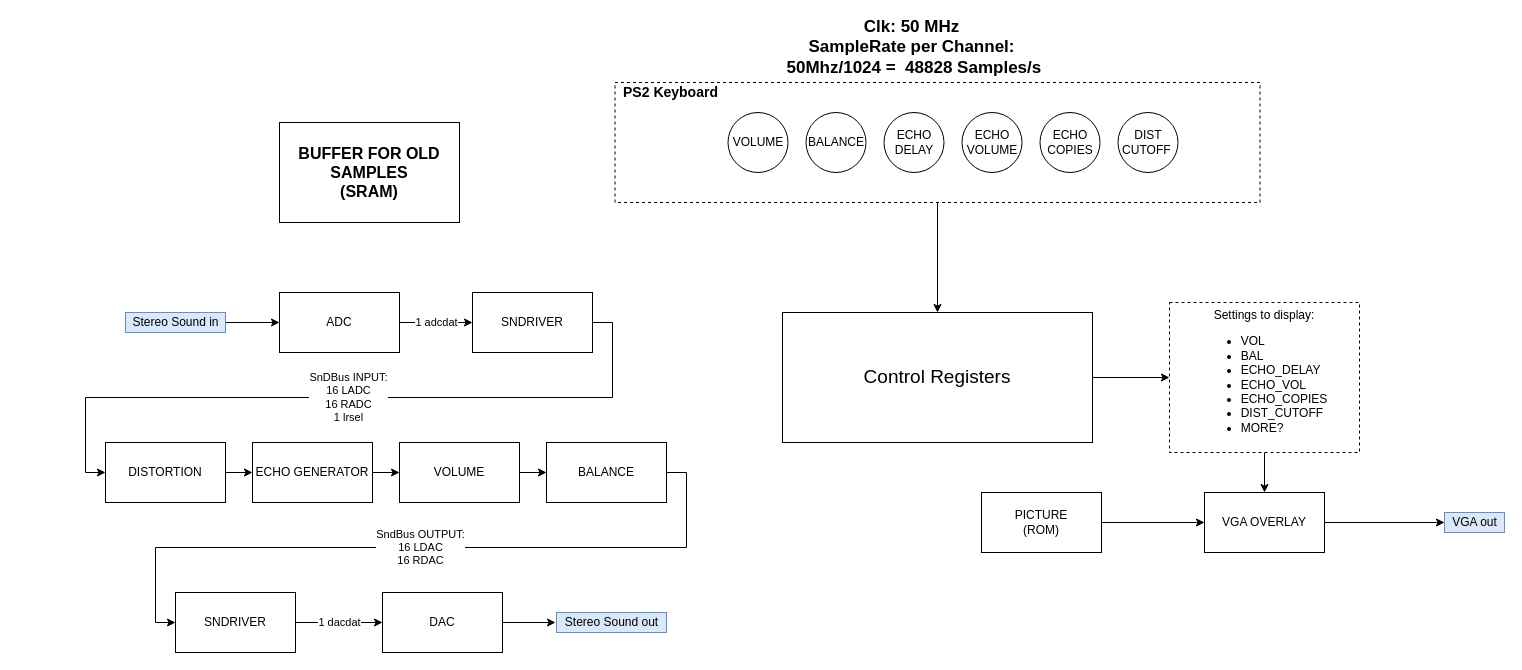
Earlier version of the draw.io diagram Documentation/blockdiagram.drawio (JoeyStrandnes/TSIU03-VHDL-Gang). Source tidied: cells renumbered, new cells numbered last; positions are measured from the earlier drawing's top-left corner, leaving out a move shared by most shapes. Both pictures are drawn from the tidied source at 100%, with x=0, y=0 at pixel (105, 22).
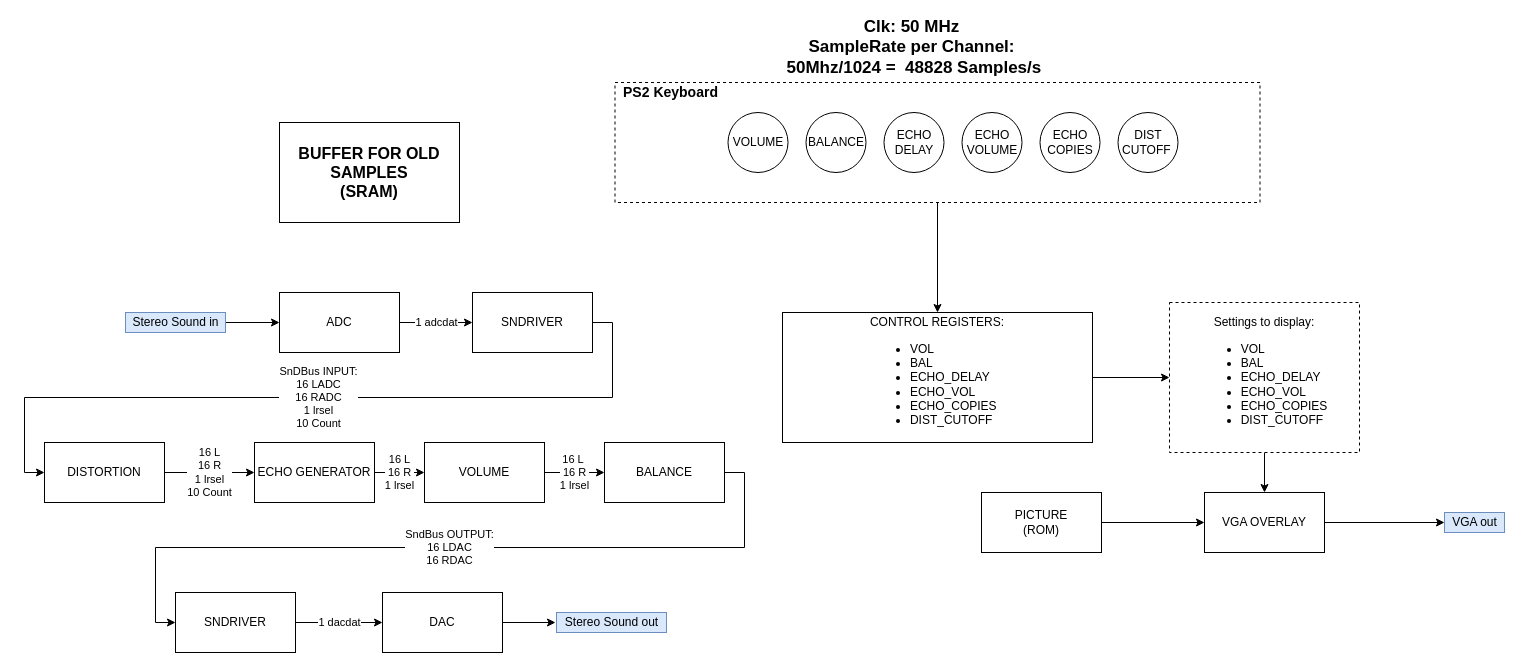
The same page after the edit.

Commit message (it also covers changes not shown here):
Uppdaterat Blockdiagram och SFG

The change refers to these unchanged cells:
```xml
<mxCell id="21" value="SNDRIVER" style="rounded=0;whiteSpace=wrap;html=1;" parent="1" vertex="1">
  <mxGeometry x="367" y="270" width="120" height="60" as="geometry" />
</mxCell>
```

What changed in the source:
```diff
@@
-    <mxCell id="11" style="edgeStyle=orthogonalEdgeStyle;rounded=0;jettySize=auto;html=1;exitX=1;exitY=0.5;exitDx=0;exitDy=0;entryX=0;entryY=0.5;entryDx=0;entryDy=0;" parent="1" edge="1" source="12" target="25">
+    <mxCell id="11" value="16 L&lt;br&gt;16 R&lt;br&gt;1 lrsel" style="edgeStyle=orthogonalEdgeStyle;rounded=0;jettySize=auto;html=1;exitX=1;exitY=0.5;exitDx=0;exitDy=0;entryX=0;entryY=0.5;entryDx=0;entryDy=0;" parent="1" edge="1" source="12" target="25">
       <mxGeometry relative="1" as="geometry" />
     </mxCell>
     <mxCell id="12" value="ECHO GENERATOR" style="rounded=0;whiteSpace=wrap;html=1;" parent="1" vertex="1">
-      <mxGeometry x="147" y="420" width="120" height="60" as="geometry" />
+      <mxGeometry x="149" y="420" width="120" height="60" as="geometry" />
     </mxCell>
-    <mxCell id="13" style="edgeStyle=orthogonalEdgeStyle;rounded=0;jettySize=auto;html=1;exitX=1;exitY=0.5;exitDx=0;exitDy=0;entryX=0;entryY=0.5;entryDx=0;entryDy=0;" parent="1" edge="1" source="14" target="12">
+    <mxCell id="13" value="16 L&lt;br&gt;16 R&lt;br&gt;1 lrsel&lt;br&gt;10 Count" style="edgeStyle=orthogonalEdgeStyle;rounded=0;jettySize=auto;html=1;exitX=1;exitY=0.5;exitDx=0;exitDy=0;entryX=0;entryY=0.5;entryDx=0;entryDy=0;" parent="1" edge="1" source="14" target="12">
       <mxGeometry relative="1" as="geometry" />
     </mxCell>
     <mxCell id="14" value="DISTORTION" style="rounded=0;whiteSpace=wrap;html=1;" parent="1" vertex="1">
-      <mxGeometry y="420" width="120" height="60" as="geometry" />
+      <mxGeometry x="-61" y="420" width="120" height="60" as="geometry" />
     </mxCell>
@@
-    <mxCell id="16" value="Settings to display:&lt;br&gt;&lt;div style=&quot;text-align: left&quot;&gt;&lt;ul&gt;&lt;li&gt;&lt;span&gt;VOL&lt;/span&gt;&lt;/li&gt;&lt;li&gt;&lt;span&gt;BAL&lt;/span&gt;&lt;/li&gt;&lt;li&gt;&lt;span&gt;ECHO_DELAY&lt;/span&gt;&lt;/li&gt;&lt;li&gt;&lt;span&gt;ECHO_VOL&lt;/span&gt;&lt;/li&gt;&lt;li&gt;&lt;span&gt;ECHO_COPIES&lt;/span&gt;&lt;/li&gt;&lt;li&gt;&lt;span&gt;DIST_CUTOFF&lt;/span&gt;&lt;/li&gt;&lt;li&gt;&lt;span&gt;MORE?&lt;/span&gt;&lt;/li&gt;&lt;/ul&gt;&lt;/div&gt;" style="whiteSpace=wrap;html=1;dashed=1;labelPosition=center;verticalLabelPosition=middle;align=center;verticalAlign=middle;" parent="1" vertex="1">
+    <mxCell id="16" value="Settings to display:&lt;br&gt;&lt;div style=&quot;text-align: left&quot;&gt;&lt;ul&gt;&lt;li&gt;&lt;span&gt;VOL&lt;/span&gt;&lt;/li&gt;&lt;li&gt;&lt;span&gt;BAL&lt;/span&gt;&lt;/li&gt;&lt;li&gt;&lt;span&gt;ECHO_DELAY&lt;/span&gt;&lt;/li&gt;&lt;li&gt;&lt;span&gt;ECHO_VOL&lt;/span&gt;&lt;/li&gt;&lt;li&gt;&lt;span&gt;ECHO_COPIES&lt;/span&gt;&lt;/li&gt;&lt;li&gt;&lt;span&gt;DIST_CUTOFF&lt;/span&gt;&lt;/li&gt;&lt;/ul&gt;&lt;/div&gt;" style="whiteSpace=wrap;html=1;dashed=1;labelPosition=center;verticalLabelPosition=middle;align=center;verticalAlign=middle;" parent="1" vertex="1">
       <mxGeometry x="1064" y="280" width="190" height="150" as="geometry" />
     </mxCell>
@@
-    <mxCell id="20" value="SnDBus INPUT:&lt;br&gt;16 LADC&lt;br&gt;16 RADC&lt;br&gt;1 lrsel" style="edgeStyle=orthogonalEdgeStyle;rounded=0;jettySize=auto;html=1;exitX=1;exitY=0.5;exitDx=0;exitDy=0;entryX=0;entryY=0.5;entryDx=0;entryDy=0;" parent="1" edge="1" source="21" target="14">
+    <mxCell id="20" value="SnDBus INPUT:&lt;br&gt;16 LADC&lt;br&gt;16 RADC&lt;br&gt;1 lrsel&lt;br&gt;10 Count" style="edgeStyle=orthogonalEdgeStyle;rounded=0;jettySize=auto;html=1;exitX=1;exitY=0.5;exitDx=0;exitDy=0;entryX=0;entryY=0.5;entryDx=0;entryDy=0;" parent="1" edge="1" source="21" target="14">
       <mxGeometry relative="1" as="geometry" />
     </mxCell>
@@
-    <mxCell id="24" style="edgeStyle=orthogonalEdgeStyle;rounded=0;jettySize=auto;html=1;exitX=1;exitY=0.5;exitDx=0;exitDy=0;entryX=0;entryY=0.5;entryDx=0;entryDy=0;" parent="1" edge="1" source="25" target="27">
+    <mxCell id="24" value="16 L&amp;nbsp;&lt;br&gt;16 R&lt;br&gt;1 lrsel" style="edgeStyle=orthogonalEdgeStyle;rounded=0;jettySize=auto;html=1;exitX=1;exitY=0.5;exitDx=0;exitDy=0;entryX=0;entryY=0.5;entryDx=0;entryDy=0;" parent="1" edge="1" source="25" target="27">
       <mxGeometry relative="1" as="geometry" />
     </mxCell>
     <mxCell id="25" value="VOLUME" style="rounded=0;whiteSpace=wrap;html=1;" parent="1" vertex="1">
-      <mxGeometry x="294" y="420" width="120" height="60" as="geometry" />
+      <mxGeometry x="319" y="420" width="120" height="60" as="geometry" />
     </mxCell>
@@
     <mxCell id="27" value="BALANCE" style="rounded=0;whiteSpace=wrap;html=1;" parent="1" vertex="1">
-      <mxGeometry x="441" y="420" width="120" height="60" as="geometry" />
+      <mxGeometry x="499" y="420" width="120" height="60" as="geometry" />
     </mxCell>
@@
-    <mxCell id="30" value="&lt;font style=&quot;font-size: 19px&quot;&gt;Control Registers&lt;/font&gt;" style="rounded=0;whiteSpace=wrap;html=1;" parent="1" vertex="1">
+    <mxCell id="30" value="CONTROL REGISTERS:&lt;br&gt;&lt;div style=&quot;text-align: left&quot;&gt;&lt;ul&gt;&lt;li&gt;VOL&lt;/li&gt;&lt;li&gt;BAL&lt;/li&gt;&lt;li&gt;ECHO_DELAY&lt;/li&gt;&lt;li&gt;ECHO_VOL&lt;/li&gt;&lt;li&gt;ECHO_COPIES&lt;/li&gt;&lt;li&gt;DIST_CUTOFF&lt;/li&gt;&lt;/ul&gt;&lt;/div&gt;" style="rounded=0;whiteSpace=wrap;html=1;" parent="1" vertex="1">
       <mxGeometry x="677" y="290" width="310" height="130" as="geometry" />
     </mxCell>
```
